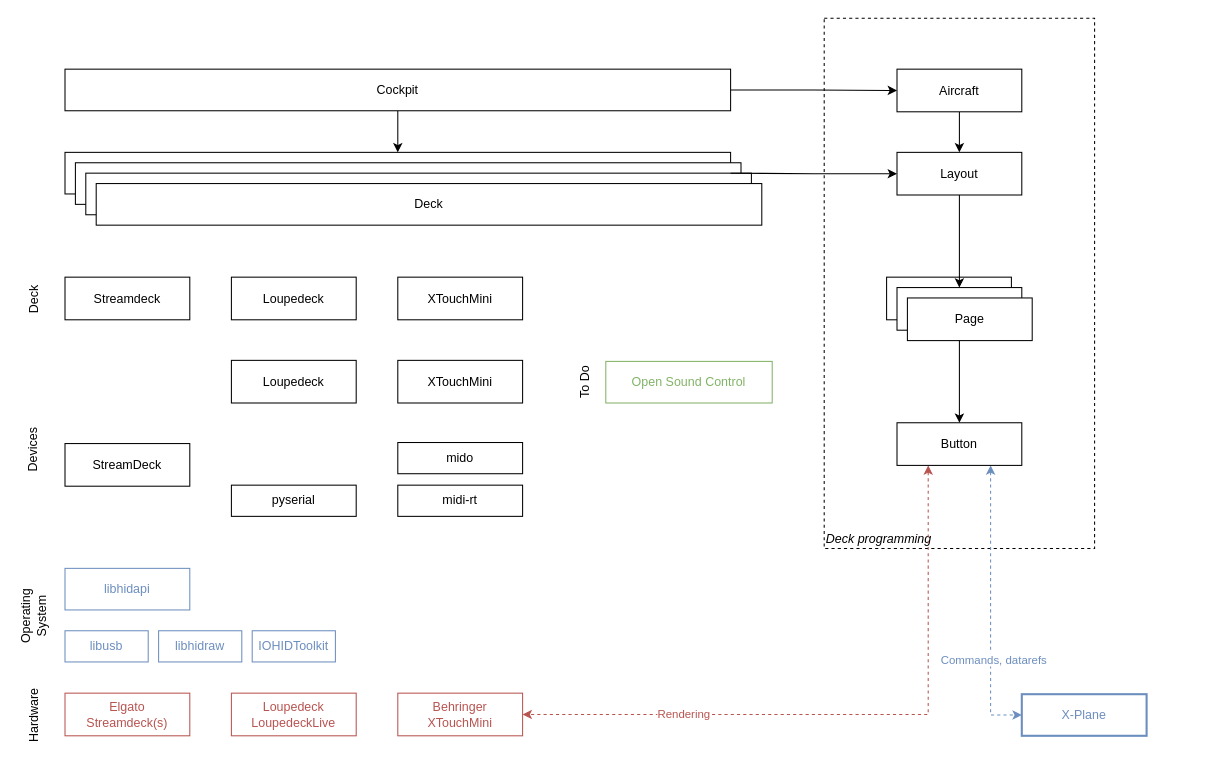
Earlier version of the draw.io diagram docs/cockpitdecks.drawio (devleaks/cockpitdecks). Source tidied: cells renumbered, new cells numbered last; positions are measured from the earlier drawing's top-left corner, leaving out a move shared by most shapes. Both pictures are drawn from the tidied source at 104%, with x=0, y=0 at pixel (2, 18).
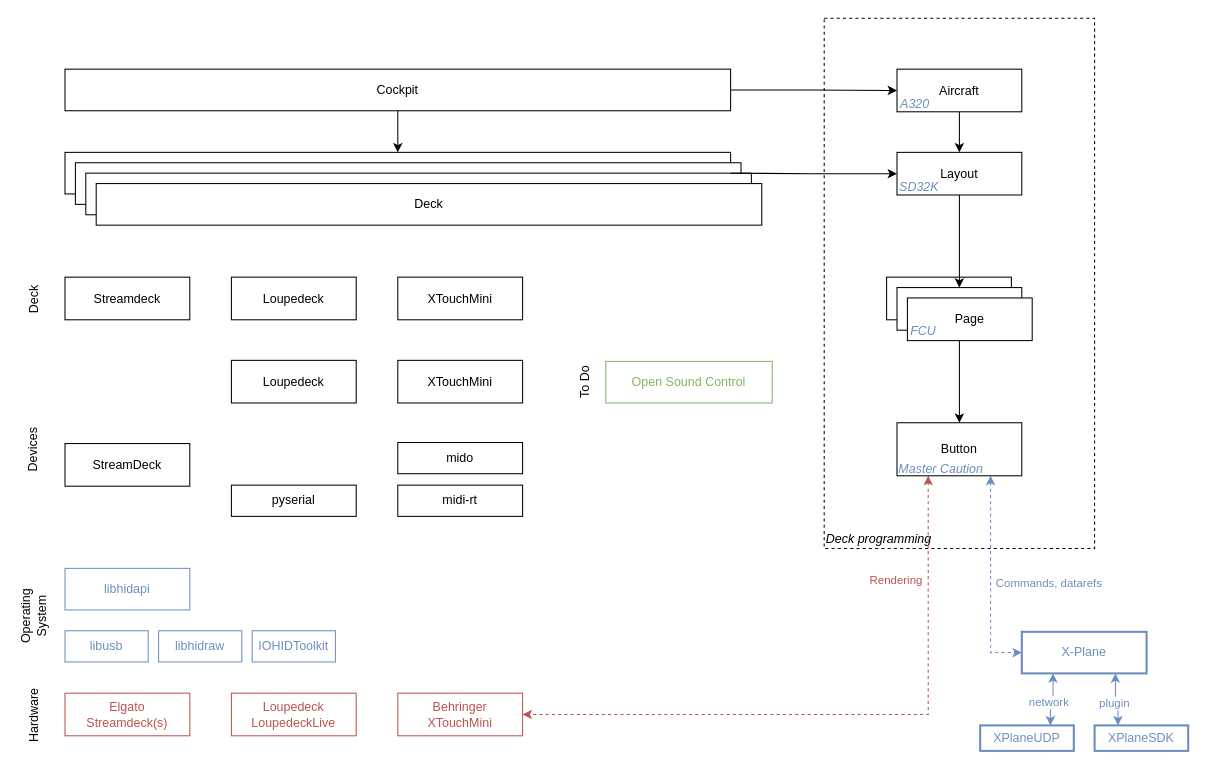
After the change.

The change refers to these unchanged cells:
```xml
<mxCell id="23" style="edgeStyle=orthogonalEdgeStyle;rounded=0;jettySize=auto;html=1;exitX=0.25;exitY=1;exitDx=0;exitDy=0;entryX=1;entryY=0.5;entryDx=0;entryDy=0;dashed=1;strokeColor=#B85450;strokeWidth=1;fontColor=#000000;startArrow=classic;startFill=1;" parent="1" edge="1" source="25" target="40">
  <mxGeometry relative="1" as="geometry" />
</mxCell>
```

Diff of the diagram source:
```diff
@@
-    <mxCell id="21" style="edgeStyle=orthogonalEdgeStyle;rounded=0;jettySize=auto;html=1;entryX=0;entryY=0.5;entryDx=0;entryDy=0;fontColor=#000000;strokeColor=#6C8EBF;startArrow=classic;startFill=1;strokeWidth=1;dashed=1;exitX=0.75;exitY=1;exitDx=0;exitDy=0;" parent="1" edge="1" source="25" target="45">
+    <mxCell id="21" style="edgeStyle=orthogonalEdgeStyle;rounded=0;jettySize=auto;html=1;entryX=0;entryY=0.5;entryDx=0;entryDy=0;fontColor=#000000;strokeColor=#6C8EBF;startArrow=classic;startFill=1;strokeWidth=1;dashed=1;" parent="1" edge="1" source="25" target="45">
       <mxGeometry relative="1" as="geometry">
         <Array as="points">
-          <mxPoint x="950" y="670" />
+          <mxPoint x="950" y="610" />
         </Array>
       </mxGeometry>
     </mxCell>
     <mxCell id="22" value="Commands, datarefs" style="edgeLabel;html=1;align=center;verticalAlign=middle;fontColor=#6C8EBF;" parent="21" vertex="1">
-      <mxGeometry x="0.38" y="2" relative="1" as="geometry" />
+      <mxGeometry x="0.38" y="2" relative="1" as="geometry">
+        <mxPoint x="53" y="-36" as="offset" />
+      </mxGeometry>
     </mxCell>
@@
     <mxCell id="24" value="Rendering" style="edgeLabel;html=1;align=center;verticalAlign=middle;fontColor=#B85450;" parent="23" vertex="1">
-      <mxGeometry x="0.51" y="-1" relative="1" as="geometry" />
+      <mxGeometry x="0.51" y="-1" relative="1" as="geometry">
+        <mxPoint x="207" y="-128" as="offset" />
+      </mxGeometry>
     </mxCell>
     <mxCell id="25" value="Button" style="rounded=0;whiteSpace=wrap;html=1;" parent="1" vertex="1">
-      <mxGeometry x="860" y="389" width="120" height="41" as="geometry" />
+      <mxGeometry x="860" y="389" width="120" height="51" as="geometry" />
     </mxCell>
@@
+    <mxCell id="47" style="edgeStyle=orthogonalEdgeStyle;rounded=0;jettySize=auto;html=1;exitX=0.25;exitY=1;exitDx=0;exitDy=0;entryX=0.75;entryY=0;entryDx=0;entryDy=0;startArrow=classic;startFill=1;strokeColor=#6C8EBF;" parent="1" edge="1" source="45" target="51">
+      <mxGeometry relative="1" as="geometry" />
+    </mxCell>
+    <mxCell id="48" value="network" style="edgeLabel;html=1;align=center;verticalAlign=middle;fontColor=#6C8EBF;" parent="47" vertex="1">
+      <mxGeometry x="0.12" y="-2" relative="1" as="geometry">
+        <mxPoint y="1" as="offset" />
+      </mxGeometry>
+    </mxCell>
+    <mxCell id="49" style="edgeStyle=orthogonalEdgeStyle;rounded=0;jettySize=auto;html=1;exitX=0.75;exitY=1;exitDx=0;exitDy=0;entryX=0.25;entryY=0;entryDx=0;entryDy=0;startArrow=classic;startFill=1;strokeColor=#6C8EBF;" parent="1" edge="1" source="45" target="52">
+      <mxGeometry relative="1" as="geometry" />
+    </mxCell>
+    <mxCell id="50" value="plugin" style="edgeLabel;html=1;align=center;verticalAlign=middle;fontColor=#6C8EBF;" parent="49" vertex="1">
+      <mxGeometry x="-0.05" y="-4" relative="1" as="geometry">
+        <mxPoint x="-2" y="-1" as="offset" />
+      </mxGeometry>
+    </mxCell>
     <mxCell id="45" value="X-Plane" style="rounded=0;whiteSpace=wrap;html=1;fillColor=none;strokeColor=#6c8ebf;fontColor=#6C8EBF;strokeWidth=2;" parent="1" vertex="1">
-      <mxGeometry x="980" y="650" width="120" height="40" as="geometry" />
+      <mxGeometry x="980" y="590" width="120" height="40" as="geometry" />
     </mxCell>
@@
+    <mxCell id="51" value="XPlaneUDP" style="rounded=0;whiteSpace=wrap;html=1;fillColor=none;strokeColor=#6c8ebf;fontColor=#6C8EBF;strokeWidth=2;" parent="1" vertex="1">
+      <mxGeometry x="940" y="680" width="90" height="24.5" as="geometry" />
+    </mxCell>
+    <mxCell id="52" value="XPlaneSDK" style="rounded=0;whiteSpace=wrap;html=1;fillColor=none;strokeColor=#6c8ebf;fontColor=#6C8EBF;strokeWidth=2;" parent="1" vertex="1">
+      <mxGeometry x="1050" y="680" width="90" height="24.5" as="geometry" />
+    </mxCell>
+    <mxCell id="53" value="A320" style="text;html=1;align=center;verticalAlign=middle;strokeColor=none;fillColor=none;fontStyle=2;fontColor=#6C8EBF;" parent="1" vertex="1">
+      <mxGeometry x="852" y="68" width="50" height="30" as="geometry" />
+    </mxCell>
+    <mxCell id="54" value="SD32K" style="text;html=1;align=center;verticalAlign=middle;strokeColor=none;fillColor=none;fontStyle=2;fontColor=#6C8EBF;" parent="1" vertex="1">
+      <mxGeometry x="851" y="148" width="60" height="30" as="geometry" />
+    </mxCell>
+    <mxCell id="55" value="FCU" style="text;html=1;align=center;verticalAlign=middle;strokeColor=none;fillColor=none;fontStyle=2;fontColor=#6C8EBF;" parent="1" vertex="1">
+      <mxGeometry x="860" y="285.5" width="50" height="30" as="geometry" />
+    </mxCell>
+    <mxCell id="56" value="Master Caution" style="text;html=1;align=center;verticalAlign=middle;strokeColor=none;fillColor=none;fontStyle=2;fontColor=#6C8EBF;" parent="1" vertex="1">
+      <mxGeometry x="852" y="419" width="100" height="30" as="geometry" />
+    </mxCell>
```
